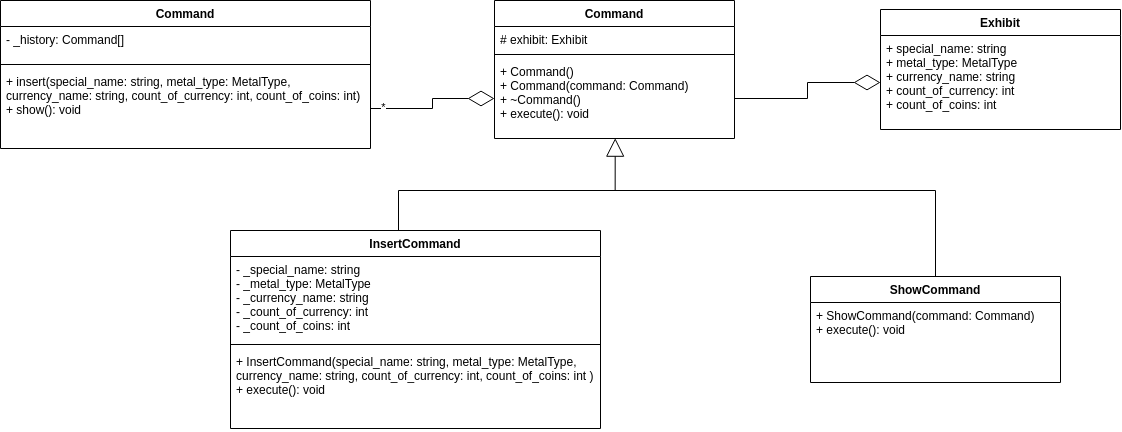
Before: class_command_inherit_graph.png, a diagram exported from draw.io (kirill555101/L2). Source tidied: cells renumbered, new cells last; positions are measured from the earlier drawing's top-left corner, leaving out a move shared by most shapes.
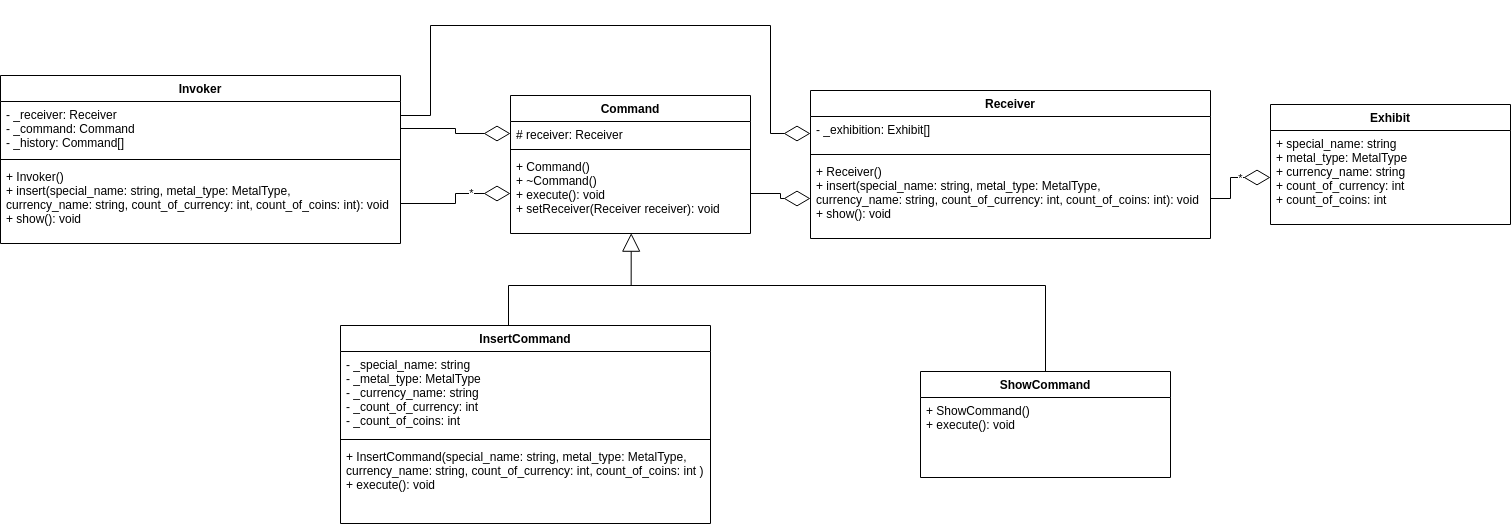
After the commit.

Diff of the diagram source:
```diff
@@ -3,15 +3,15 @@
     <mxCell id="0" />
     <mxCell id="1" parent="0" />
     <mxCell id="2" value="Command" style="swimlane;fontStyle=1;align=center;verticalAlign=top;horizontal=1;startSize=26;" parent="1" vertex="1">
-      <mxGeometry x="494" width="240" height="138" as="geometry" />
+      <mxGeometry x="400" width="240" height="138" as="geometry" />
     </mxCell>
-    <mxCell id="3" value="# exhibit: Exhibit" style="text;strokeColor=none;fillColor=none;align=left;verticalAlign=top;spacingLeft=4;spacingRight=4;overflow=hidden;points=[[0,0.5],[1,0.5]];portConstraint=eastwest;" parent="2" vertex="1">
+    <mxCell id="3" value="# receiver: Receiver" style="text;strokeColor=none;fillColor=none;align=left;verticalAlign=top;spacingLeft=4;spacingRight=4;overflow=hidden;points=[[0,0.5],[1,0.5]];portConstraint=eastwest;" parent="2" vertex="1">
       <mxGeometry y="26" width="240" height="24" as="geometry" />
     </mxCell>
     <mxCell id="4" style="line;strokeWidth=1;fillColor=none;align=left;verticalAlign=middle;spacingTop=-1;spacingLeft=3;spacingRight=3;labelPosition=right;" parent="2" vertex="1">
       <mxGeometry y="50" width="240" height="8" as="geometry" />
     </mxCell>
-    <mxCell id="5" value="+ Command()&#10;+ Command(command: Command)&#10;+ ~Command()&#10;+ execute(): void" style="text;strokeColor=none;fillColor=none;align=left;verticalAlign=top;spacingLeft=4;spacingRight=4;overflow=hidden;points=[[0,0.5],[1,0.5]];portConstraint=eastwest;" parent="2" vertex="1">
+    <mxCell id="5" value="+ Command()&#10;+ ~Command()&#10;+ execute(): void&#10;+ setReceiver(Receiver receiver): void" style="text;strokeColor=none;fillColor=none;align=left;verticalAlign=top;spacingLeft=4;spacingRight=4;overflow=hidden;points=[[0,0.5],[1,0.5]];portConstraint=eastwest;" parent="2" vertex="1">
       <mxGeometry y="58" width="240" height="80" as="geometry" />
     </mxCell>
     <mxCell id="6" value="InsertCommand" style="swimlane;fontStyle=1;align=center;verticalAlign=top;horizontal=1;startSize=26;" parent="1" vertex="1">
@@ -30,47 +30,87 @@
       <mxGeometry relative="1" as="geometry">
         <Array as="points">
           <mxPoint x="398" y="190" />
-          <mxPoint x="615" y="190" />
+          <mxPoint x="521" y="190" />
         </Array>
       </mxGeometry>
     </mxCell>
     <mxCell id="11" value="ShowCommand" style="swimlane;fontStyle=1;align=center;verticalAlign=top;horizontal=1;startSize=26;" parent="1" vertex="1">
       <mxGeometry x="810" y="276" width="250" height="106" as="geometry" />
     </mxCell>
-    <mxCell id="12" value="+ ShowCommand(command: Command)&#10;+ execute(): void" style="text;strokeColor=none;fillColor=none;align=left;verticalAlign=top;spacingLeft=4;spacingRight=4;overflow=hidden;" parent="11" vertex="1">
+    <mxCell id="12" value="+ ShowCommand()&#10;+ execute(): void" style="text;strokeColor=none;fillColor=none;align=left;verticalAlign=top;spacingLeft=4;spacingRight=4;overflow=hidden;" parent="11" vertex="1">
       <mxGeometry y="26" width="250" height="80" as="geometry" />
     </mxCell>
     <mxCell id="13" style="endArrow=none;html=1;edgeStyle=orthogonalEdgeStyle;rounded=0;entryX=0.5;entryY=0;entryDx=0;entryDy=0;" parent="1" edge="1" target="11">
       <mxGeometry relative="1" as="geometry">
-        <mxPoint x="600" y="190" as="sourcePoint" />
+        <mxPoint x="520" y="190" as="sourcePoint" />
       </mxGeometry>
     </mxCell>
     <mxCell id="14" value="Exhibit" style="swimlane;fontStyle=1;align=center;verticalAlign=top;horizontal=1;startSize=26;" parent="1" vertex="1">
-      <mxGeometry x="880" y="9" width="240" height="120" as="geometry" />
+      <mxGeometry x="1160" y="9" width="240" height="120" as="geometry" />
     </mxCell>
     <mxCell id="15" value="+ special_name: string&#10;+ metal_type: MetalType&#10;+ currency_name: string&#10;+ count_of_currency: int&#10;+ count_of_coins: int" style="text;strokeColor=none;fillColor=none;align=left;verticalAlign=top;spacingLeft=4;spacingRight=4;overflow=hidden;points=[[0,0.5],[1,0.5]];portConstraint=eastwest;" parent="14" vertex="1">
       <mxGeometry y="26" width="240" height="94" as="geometry" />
     </mxCell>
-    <mxCell id="16" style="endArrow=diamondThin;endFill=0;endSize=24;html=1;rounded=0;edgeStyle=orthogonalEdgeStyle;" parent="1" edge="1" source="5" target="15">
-      <mxGeometry relative="1" as="geometry" />
-    </mxCell>
-    <mxCell id="17" value="Command" style="swimlane;fontStyle=1;align=center;verticalAlign=top;horizontal=1;startSize=26;" parent="1" vertex="1">
-      <mxGeometry width="370" height="148" as="geometry" />
+    <mxCell id="17" value="Invoker" style="swimlane;fontStyle=1;align=center;verticalAlign=top;horizontal=1;startSize=26;" parent="1" vertex="1">
+      <mxGeometry x="-110" y="-20" width="400" height="168" as="geometry" />
     </mxCell>
-    <mxCell id="18" value="- _history: Command[]" style="text;strokeColor=none;fillColor=none;align=left;verticalAlign=top;spacingLeft=4;spacingRight=4;overflow=hidden;points=[[0,0.5],[1,0.5]];portConstraint=eastwest;" parent="17" vertex="1">
-      <mxGeometry y="26" width="370" height="34" as="geometry" />
+    <mxCell id="18" value="- _receiver: Receiver&#10;- _command: Command&#10;- _history: Command[]" style="text;strokeColor=none;fillColor=none;align=left;verticalAlign=top;spacingLeft=4;spacingRight=4;overflow=hidden;points=[[0,0.5],[1,0.5]];portConstraint=eastwest;" parent="17" vertex="1">
+      <mxGeometry y="26" width="400" height="54" as="geometry" />
     </mxCell>
     <mxCell id="19" style="line;strokeWidth=1;fillColor=none;align=left;verticalAlign=middle;spacingTop=-1;spacingLeft=3;spacingRight=3;labelPosition=right;" parent="17" vertex="1">
-      <mxGeometry y="60" width="370" height="8" as="geometry" />
+      <mxGeometry y="80" width="400" height="8" as="geometry" />
     </mxCell>
-    <mxCell id="20" value="+ insert(special_name: string, metal_type: MetalType,&#10;currency_name: string, count_of_currency: int, count_of_coins: int)&#10;+ show(): void" style="text;strokeColor=none;fillColor=none;align=left;verticalAlign=top;spacingLeft=4;spacingRight=4;overflow=hidden;points=[[0,0.5],[1,0.5]];portConstraint=eastwest;" parent="17" vertex="1">
-      <mxGeometry y="68" width="370" height="80" as="geometry" />
+    <mxCell id="20" value="+ Invoker()&#10;+ insert(special_name: string, metal_type: MetalType,&#10;currency_name: string, count_of_currency: int, count_of_coins: int): void&#10;+ show(): void" style="text;strokeColor=none;fillColor=none;align=left;verticalAlign=top;spacingLeft=4;spacingRight=4;overflow=hidden;points=[[0,0.5],[1,0.5]];portConstraint=eastwest;" parent="17" vertex="1">
+      <mxGeometry y="88" width="400" height="80" as="geometry" />
     </mxCell>
     <mxCell id="21" style="endArrow=diamondThin;endFill=0;endSize=24;html=1;rounded=0;edgeStyle=orthogonalEdgeStyle;" parent="1" edge="1" source="20" target="5">
       <mxGeometry relative="1" as="geometry" />
     </mxCell>
-    <mxCell id="22" value="*" style="edgeLabel;html=1;align=center;verticalAlign=middle;" parent="21" vertex="1">
-      <mxGeometry x="-0.82" y="2" relative="1" as="geometry" />
-    </mxCell>
+    <mxCell id="23" value="*" style="edgeLabel;html=1;align=center;verticalAlign=middle;" parent="21" vertex="1">
+      <mxGeometry x="0.33" y="1" relative="1" as="geometry" />
+    </mxCell>
+    <mxCell id="24" value="Receiver" style="swimlane;fontStyle=1;align=center;verticalAlign=top;horizontal=1;startSize=26;" parent="1" vertex="1">
+      <mxGeometry x="700" y="-5" width="400" height="148" as="geometry" />
+    </mxCell>
+    <mxCell id="25" value="- _exhibition: Exhibit[]" style="text;strokeColor=none;fillColor=none;align=left;verticalAlign=top;spacingLeft=4;spacingRight=4;overflow=hidden;points=[[0,0.5],[1,0.5]];portConstraint=eastwest;" parent="24" vertex="1">
+      <mxGeometry y="26" width="400" height="34" as="geometry" />
+    </mxCell>
+    <mxCell id="26" style="line;strokeWidth=1;fillColor=none;align=left;verticalAlign=middle;spacingTop=-1;spacingLeft=3;spacingRight=3;labelPosition=right;" parent="24" vertex="1">
+      <mxGeometry y="60" width="400" height="8" as="geometry" />
+    </mxCell>
+    <mxCell id="27" value="+ Receiver()&#10;+ insert(special_name: string, metal_type: MetalType,&#10;currency_name: string, count_of_currency: int, count_of_coins: int): void&#10;+ show(): void" style="text;strokeColor=none;fillColor=none;align=left;verticalAlign=top;spacingLeft=4;spacingRight=4;overflow=hidden;points=[[0,0.5],[1,0.5]];portConstraint=eastwest;" parent="24" vertex="1">
+      <mxGeometry y="68" width="400" height="80" as="geometry" />
+    </mxCell>
+    <mxCell id="28" style="endArrow=diamondThin;endFill=0;endSize=24;html=1;rounded=0;edgeStyle=orthogonalEdgeStyle;" parent="1" edge="1" source="5" target="27">
+      <mxGeometry relative="1" as="geometry" />
+    </mxCell>
+    <mxCell id="29" style="endArrow=diamondThin;endFill=0;endSize=24;html=1;rounded=0;edgeStyle=orthogonalEdgeStyle;" parent="1" edge="1" source="27" target="15">
+      <mxGeometry relative="1" as="geometry">
+        <Array as="points">
+          <mxPoint x="1120" y="103" />
+          <mxPoint x="1120" y="82" />
+        </Array>
+      </mxGeometry>
+    </mxCell>
+    <mxCell id="30" value="*" style="edgeLabel;html=1;align=center;verticalAlign=middle;" parent="29" vertex="1">
+      <mxGeometry x="0.33" y="1" relative="1" as="geometry">
+        <mxPoint x="-3" y="1" as="offset" />
+      </mxGeometry>
+    </mxCell>
+    <mxCell id="31" style="endArrow=diamondThin;endFill=0;endSize=24;html=1;rounded=0;edgeStyle=orthogonalEdgeStyle;" parent="1" edge="1" source="18" target="3">
+      <mxGeometry relative="1" as="geometry" />
+    </mxCell>
+    <mxCell id="32" style="endArrow=diamondThin;endFill=0;endSize=24;html=1;rounded=0;edgeStyle=orthogonalEdgeStyle;" parent="1" edge="1" target="25">
+      <mxGeometry relative="1" as="geometry">
+        <mxPoint x="290" y="20" as="sourcePoint" />
+        <Array as="points">
+          <mxPoint x="290" y="20" />
+          <mxPoint x="320" y="20" />
+          <mxPoint x="320" y="-70" />
+          <mxPoint x="660" y="-70" />
+          <mxPoint x="660" y="38" />
+        </Array>
+      </mxGeometry>
+    </mxCell>
   </root>
 </mxGraphModel>
```
